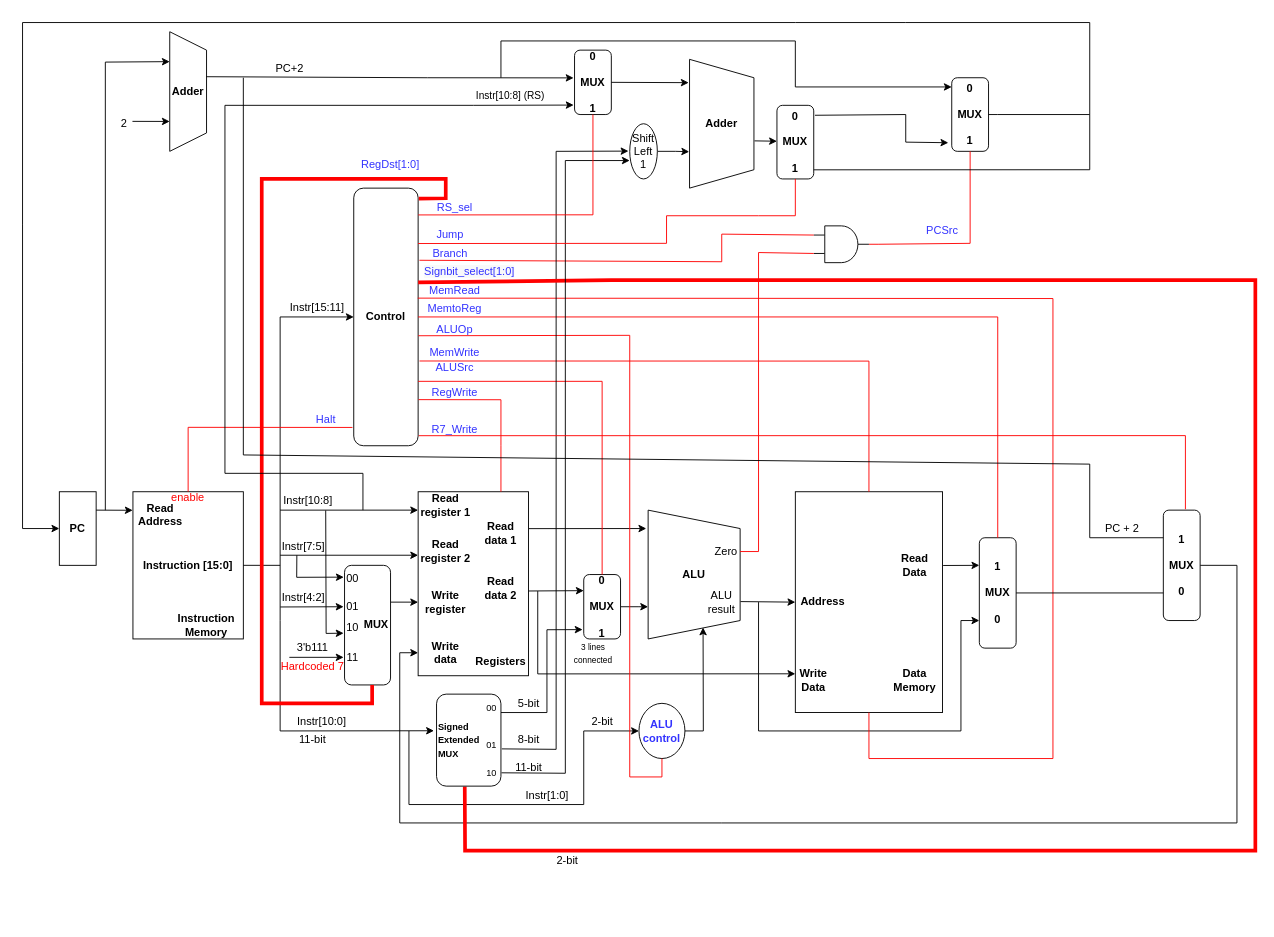
Above: WISC-SP22.drawio in joshmeiyb/ECE552 (draw.io), before the change. Source tidied: cells renumbered, new cells numbered last; positions are measured from the earlier drawing's top-left corner, leaving out a move shared by most shapes. Both pictures are drawn from the tidied source at 92%, with x=0, y=0 at pixel (22, 22).
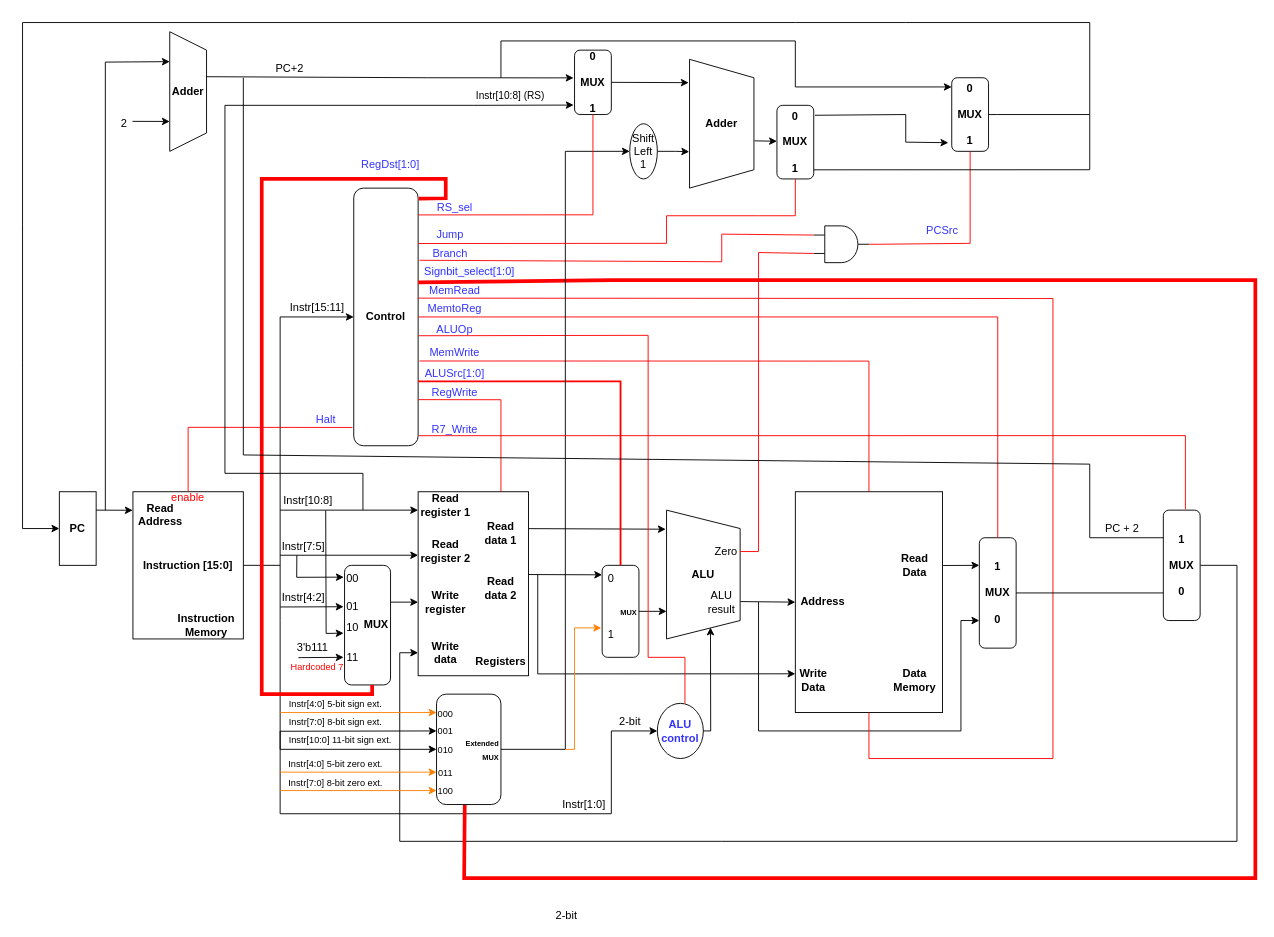
After the change.

Unchanged cells that the change refers to:
```xml
<mxCell id="12" value="Shift&lt;br&gt;Left 1" style="ellipse;whiteSpace=wrap;html=1;" parent="1" vertex="1">
  <mxGeometry x="660" y="110" width="30" height="60" as="geometry" />
</mxCell>
<mxCell id="19" value="&lt;b&gt;Write&lt;br&gt;data&lt;/b&gt;" style="text;html=1;strokeColor=none;fillColor=none;align=center;verticalAlign=middle;whiteSpace=wrap;rounded=0;" parent="1" vertex="1">
  <mxGeometry x="430" y="670" width="60" height="30" as="geometry" />
</mxCell>
<mxCell id="21" value="&lt;b&gt;Read&lt;br&gt;data 2&lt;/b&gt;" style="text;html=1;strokeColor=none;fillColor=none;align=center;verticalAlign=middle;whiteSpace=wrap;rounded=0;" parent="1" vertex="1">
  <mxGeometry x="490" y="600" width="60" height="30" as="geometry" />
</mxCell>
<mxCell id="69" value="&lt;b&gt;Control&lt;/b&gt;" style="rounded=1;whiteSpace=wrap;html=1;" parent="1" vertex="1">
  <mxGeometry x="360" y="180" width="70" height="280" as="geometry" />
</mxCell>
<mxCell id="107" value="11" style="text;html=1;strokeColor=none;fillColor=none;align=center;verticalAlign=middle;whiteSpace=wrap;rounded=0;" parent="1" vertex="1">
  <mxGeometry x="349" y="675" width="20" height="30" as="geometry" />
</mxCell>
<mxCell id="111" value="&lt;b&gt;1&lt;br&gt;&lt;br&gt;MUX&lt;br&gt;&lt;br&gt;0&lt;/b&gt;" style="rounded=1;whiteSpace=wrap;html=1;" parent="1" vertex="1">
  <mxGeometry x="1240" y="530" width="40" height="120" as="geometry" />
</mxCell>
<mxCell id="129" value="3'b111" style="text;html=1;align=center;verticalAlign=middle;points=[];strokeColor=none;fillColor=none;" parent="1" vertex="1">
  <mxGeometry x="290" y="670" width="50" height="20" as="geometry" />
</mxCell>
```

What changed in the source:
```diff
@@
-    <mxCell id="33" style="endArrow=classic;html=1;rounded=0;entryX=-0.04;entryY=0.398;entryDx=0;entryDy=0;entryPerimeter=0;" parent="1" edge="1" target="96">
+    <mxCell id="33" style="endArrow=classic;html=1;rounded=0;entryX=0;entryY=0.5;entryDx=0;entryDy=0;" parent="1" edge="1" target="99">
       <mxGeometry relative="1" as="geometry">
         <mxPoint x="280" y="650" as="sourcePoint" />
         <Array as="points">
-          <mxPoint x="280" y="770" />
+          <mxPoint x="280" y="790" />
         </Array>
       </mxGeometry>
     </mxCell>
@@
-    <mxCell id="35" value="&lt;b&gt;0&lt;br&gt;&lt;br&gt;MUX&lt;br&gt;&lt;br&gt;1&lt;/b&gt;" style="rounded=1;whiteSpace=wrap;html=1;" parent="1" vertex="1">
-      <mxGeometry x="610" y="600" width="40" height="70" as="geometry" />
+    <mxCell id="35" value="&lt;div&gt;&lt;b&gt;&lt;font style=&quot;font-size: 8px&quot;&gt;MUX&lt;/font&gt;&lt;/b&gt;&lt;/div&gt;" style="rounded=1;whiteSpace=wrap;html=1;align=right;" parent="1" vertex="1">
+      <mxGeometry x="630" y="590" width="40" height="100" as="geometry" />
     </mxCell>
     <mxCell id="36" value="&lt;b&gt;ALU&lt;/b&gt;" style="shape=trapezoid;perimeter=trapezoidPerimeter;whiteSpace=wrap;html=1;fixedSize=1;direction=south;" parent="1" vertex="1">
-      <mxGeometry x="680" y="530" width="100" height="140" as="geometry" />
+      <mxGeometry x="700" y="530" width="80" height="140" as="geometry" />
     </mxCell>
-    <mxCell id="37" style="endArrow=classic;html=1;rounded=0;exitX=1.006;exitY=0.303;exitDx=0;exitDy=0;exitPerimeter=0;" parent="1" edge="1">
+    <mxCell id="37" style="endArrow=classic;html=1;rounded=0;exitX=1.006;exitY=0.303;exitDx=0;exitDy=0;exitPerimeter=0;entryX=0.148;entryY=1.011;entryDx=0;entryDy=0;entryPerimeter=0;" parent="1" edge="1" target="36">
       <mxGeometry relative="1" as="geometry">
         <mxPoint x="550.4" y="550.1" as="sourcePoint" />
-        <mxPoint x="678" y="550" as="targetPoint" />
       </mxGeometry>
     </mxCell>
-    <mxCell id="38" style="endArrow=classic;html=1;rounded=0;entryX=0;entryY=0.25;entryDx=0;entryDy=0;exitX=1.005;exitY=0.596;exitDx=0;exitDy=0;exitPerimeter=0;" parent="1" edge="1" source="21" target="35">
+    <mxCell id="38" style="endArrow=classic;html=1;rounded=0;entryX=0;entryY=0.103;entryDx=0;entryDy=0;exitX=1;exitY=0;exitDx=0;exitDy=0;entryPerimeter=0;" parent="1" edge="1" source="21" target="35">
       <mxGeometry relative="1" as="geometry" />
     </mxCell>
@@
     <mxCell id="41" style="endArrow=classic;html=1;rounded=0;entryX=0;entryY=0.833;entryDx=0;entryDy=0;entryPerimeter=0;" parent="1" edge="1">
       <mxGeometry relative="1" as="geometry">
-        <mxPoint x="560" y="618" as="sourcePoint" />
+        <mxPoint x="560" y="600" as="sourcePoint" />
         <mxPoint x="840" y="707.9" as="targetPoint" />
         <Array as="points">
           <mxPoint x="560" y="708" />
         </Array>
       </mxGeometry>
     </mxCell>
@@
     <mxCell id="45" value="&lt;font color=&quot;#3333ff&quot;&gt;&lt;b&gt;ALU&lt;br&gt;control&lt;/b&gt;&lt;/font&gt;" style="ellipse;whiteSpace=wrap;html=1;" parent="1" vertex="1">
-      <mxGeometry x="670" y="740" width="50" height="60" as="geometry" />
+      <mxGeometry x="690" y="740" width="50" height="60" as="geometry" />
     </mxCell>
     <mxCell id="46" style="endArrow=classic;html=1;rounded=0;entryX=0;entryY=0.5;entryDx=0;entryDy=0;" parent="1" edge="1" target="45">
       <mxGeometry relative="1" as="geometry">
-        <mxPoint x="420" y="770" as="sourcePoint" />
+        <mxPoint x="280" y="770" as="sourcePoint" />
         <Array as="points">
-          <mxPoint x="420" y="850" />
-          <mxPoint x="610" y="850" />
-          <mxPoint x="610" y="770" />
+          <mxPoint x="280" y="860" />
+          <mxPoint x="640" y="860" />
+          <mxPoint x="640" y="770" />
         </Array>
       </mxGeometry>
     </mxCell>
     <mxCell id="47" style="endArrow=classic;html=1;rounded=0;exitX=1;exitY=0.5;exitDx=0;exitDy=0;entryX=0.911;entryY=0.403;entryDx=0;entryDy=0;entryPerimeter=0;" parent="1" edge="1" source="45" target="36">
       <mxGeometry relative="1" as="geometry">
         <Array as="points">
-          <mxPoint x="740" y="770" />
+          <mxPoint x="748" y="770" />
         </Array>
       </mxGeometry>
     </mxCell>
@@
     <mxCell id="51" style="endArrow=classic;html=1;rounded=0;fontColor=#3333FF;entryX=0;entryY=0.5;entryDx=0;entryDy=0;exitX=1;exitY=0.5;exitDx=0;exitDy=0;" parent="1" edge="1" source="111" target="19">
       <mxGeometry relative="1" as="geometry">
         <Array as="points">
           <mxPoint x="1320" y="590" />
-          <mxPoint x="1320" y="870" />
-          <mxPoint x="760" y="870" />
-          <mxPoint x="410" y="870" />
+          <mxPoint x="1320" y="890" />
+          <mxPoint x="760" y="890" />
+          <mxPoint x="410" y="890" />
           <mxPoint x="410" y="685" />
         </Array>
       </mxGeometry>
     </mxCell>
@@
-    <mxCell id="60" style="endArrow=classic;html=1;rounded=0;entryX=-0.031;entryY=0.855;entryDx=0;entryDy=0;entryPerimeter=0;" parent="1" edge="1" target="35">
-      <mxGeometry relative="1" as="geometry">
-        <mxPoint x="520" y="750" as="sourcePoint" />
-        <Array as="points">
-          <mxPoint x="570" y="750" />
-          <mxPoint x="570" y="660" />
-        </Array>
-      </mxGeometry>
-    </mxCell>
@@
-    <mxCell id="65" value="Instr[10:0]" style="text;html=1;align=center;verticalAlign=middle;strokeColor=none;fillColor=none;" parent="1" vertex="1">
-      <mxGeometry x="290" y="750" width="70" height="20" as="geometry" />
+    <mxCell id="65" value="&lt;font style=&quot;font-size: 10px&quot;&gt;Instr[10:0] 11-bit sign ext.&lt;/font&gt;" style="text;html=1;align=center;verticalAlign=middle;strokeColor=none;fillColor=none;" parent="1" vertex="1">
+      <mxGeometry x="280" y="770" width="130" height="20" as="geometry" />
     </mxCell>
@@
-    <mxCell id="75" style="endArrow=none;html=1;rounded=0;strokeColor=#FF0000;exitX=1.002;exitY=0.573;exitDx=0;exitDy=0;entryX=0.5;entryY=1;entryDx=0;entryDy=0;exitPerimeter=0;" parent="1" edge="1" source="69" target="45">
+    <mxCell id="75" style="endArrow=none;html=1;rounded=0;strokeColor=#FF0000;exitX=1.002;exitY=0.573;exitDx=0;exitDy=0;exitPerimeter=0;" parent="1" edge="1" source="69">
       <mxGeometry relative="1" as="geometry">
+        <mxPoint x="720" y="740" as="targetPoint" />
         <Array as="points">
-          <mxPoint x="660" y="340" />
-          <mxPoint x="660" y="820" />
-          <mxPoint x="695" y="820" />
+          <mxPoint x="680" y="340" />
+          <mxPoint x="680" y="690" />
+          <mxPoint x="720" y="690" />
+          <mxPoint x="720" y="730" />
         </Array>
       </mxGeometry>
     </mxCell>
@@
-    <mxCell id="78" value="&lt;font color=&quot;#3333ff&quot;&gt;ALUSrc&lt;/font&gt;" style="text;html=1;strokeColor=none;fillColor=none;align=center;verticalAlign=middle;whiteSpace=wrap;rounded=0;" parent="1" vertex="1">
-      <mxGeometry x="440" y="360" width="60" height="30" as="geometry" />
+    <mxCell id="78" value="&lt;font color=&quot;#3333ff&quot;&gt;ALUSrc[1:0]&lt;/font&gt;" style="text;html=1;strokeColor=none;fillColor=none;align=center;verticalAlign=middle;whiteSpace=wrap;rounded=0;" parent="1" vertex="1">
+      <mxGeometry x="440" y="367" width="60" height="30" as="geometry" />
     </mxCell>
-    <mxCell id="79" style="endArrow=none;html=1;rounded=0;strokeColor=#FF0000;exitX=1;exitY=0.75;exitDx=0;exitDy=0;entryX=0.5;entryY=0;entryDx=0;entryDy=0;" parent="1" edge="1" source="69" target="35">
+    <mxCell id="79" style="endArrow=none;html=1;rounded=0;strokeColor=#FF0000;exitX=1;exitY=0.75;exitDx=0;exitDy=0;entryX=0.5;entryY=0;entryDx=0;entryDy=0;strokeWidth=2;" parent="1" edge="1" source="69" target="35">
       <mxGeometry relative="1" as="geometry">
         <Array as="points">
-          <mxPoint x="630" y="390" />
+          <mxPoint x="650" y="390" />
         </Array>
       </mxGeometry>
     </mxCell>
@@
     <mxCell id="82" style="endArrow=none;html=1;rounded=0;strokeColor=#FF0000;entryX=1.01;entryY=0.041;entryDx=0;entryDy=0;entryPerimeter=0;strokeWidth=4;" parent="1" edge="1" target="69">
       <mxGeometry relative="1" as="geometry">
         <mxPoint x="380" y="720" as="sourcePoint" />
         <Array as="points">
-          <mxPoint x="380" y="740" />
-          <mxPoint x="260" y="740" />
+          <mxPoint x="380" y="730" />
+          <mxPoint x="260" y="730" />
           <mxPoint x="260" y="170" />
           <mxPoint x="350" y="170" />
           <mxPoint x="460" y="170" />
           <mxPoint x="460" y="191" />
         </Array>
       </mxGeometry>
     </mxCell>
@@
     <mxCell id="85" value="Instr[1:0]" style="text;html=1;align=center;verticalAlign=middle;strokeColor=none;fillColor=none;" parent="1" vertex="1">
-      <mxGeometry x="540" y="830" width="60" height="20" as="geometry" />
+      <mxGeometry x="580" y="840" width="60" height="20" as="geometry" />
     </mxCell>
-    <mxCell id="86" style="endArrow=classic;html=1;rounded=0;exitX=1.014;exitY=0.595;exitDx=0;exitDy=0;entryX=-0.046;entryY=0.496;entryDx=0;entryDy=0;entryPerimeter=0;exitPerimeter=0;" parent="1" edge="1" source="96" target="12">
-      <mxGeometry relative="1" as="geometry">
-        <Array as="points">
-          <mxPoint x="580" y="790" />
-          <mxPoint x="580" y="140" />
-        </Array>
-      </mxGeometry>
-    </mxCell>
-    <mxCell id="87" value="5-bit" style="text;html=1;align=center;verticalAlign=middle;strokeColor=none;fillColor=none;" parent="1" vertex="1">
-      <mxGeometry x="530" y="730" width="40" height="20" as="geometry" />
-    </mxCell>
-    <mxCell id="88" value="8-bit" style="text;html=1;align=center;verticalAlign=middle;strokeColor=none;fillColor=none;" parent="1" vertex="1">
-      <mxGeometry x="530" y="770" width="40" height="20" as="geometry" />
-    </mxCell>
     <mxCell id="89" style="endArrow=none;html=1;rounded=0;strokeColor=#FF0000;exitX=1.001;exitY=0.366;exitDx=0;exitDy=0;entryX=0.438;entryY=1.005;entryDx=0;entryDy=0;strokeWidth=4;entryPerimeter=0;exitPerimeter=0;" parent="1" edge="1" source="69" target="96">
       <mxGeometry relative="1" as="geometry">
         <Array as="points">
           <mxPoint x="640" y="280" />
           <mxPoint x="1160" y="280" />
           <mxPoint x="1340" y="280" />
-          <mxPoint x="1340" y="900" />
-          <mxPoint x="731" y="900" />
-          <mxPoint x="481" y="900" />
+          <mxPoint x="1340" y="930" />
+          <mxPoint x="730" y="930" />
+          <mxPoint x="480" y="930" />
         </Array>
       </mxGeometry>
     </mxCell>
     <mxCell id="90" value="&lt;font style=&quot;font-size: 12px&quot;&gt;2-bit&lt;/font&gt;" style="edgeLabel;html=1;align=center;verticalAlign=middle;fontSize=10;" parent="89" vertex="1">
       <mxGeometry x="0.84" y="4" relative="1" as="geometry">
-        <mxPoint x="-16" y="6" as="offset" />
+        <mxPoint x="-10" y="36" as="offset" />
       </mxGeometry>
     </mxCell>
@@
-    <mxCell id="92" style="endArrow=classic;html=1;rounded=0;strokeColor=#000000;exitX=1.009;exitY=0.855;exitDx=0;exitDy=0;entryX=0;entryY=0.667;entryDx=0;entryDy=0;entryPerimeter=0;exitPerimeter=0;" parent="1" edge="1" source="96" target="12">
+    <mxCell id="92" style="endArrow=classic;html=1;rounded=0;strokeColor=#000000;exitX=1;exitY=0.5;exitDx=0;exitDy=0;entryX=0;entryY=0.5;entryDx=0;entryDy=0;" parent="1" edge="1" source="99" target="12">
       <mxGeometry relative="1" as="geometry">
         <Array as="points">
-          <mxPoint x="590" y="816" />
-          <mxPoint x="590" y="150" />
+          <mxPoint x="590" y="790" />
+          <mxPoint x="590" y="140" />
         </Array>
       </mxGeometry>
     </mxCell>
-    <mxCell id="93" value="11-bit" style="text;html=1;align=center;verticalAlign=middle;strokeColor=none;fillColor=none;" parent="1" vertex="1">
-      <mxGeometry x="530" y="800" width="40" height="20" as="geometry" />
-    </mxCell>
-    <mxCell id="94" value="11-bit" style="text;html=1;align=center;verticalAlign=middle;strokeColor=none;fillColor=none;" parent="1" vertex="1">
-      <mxGeometry x="295" y="770" width="40" height="20" as="geometry" />
-    </mxCell>
     <mxCell id="95" value="2-bit" style="text;html=1;align=center;verticalAlign=middle;strokeColor=none;fillColor=none;" parent="1" vertex="1">
-      <mxGeometry x="610" y="750" width="40" height="20" as="geometry" />
+      <mxGeometry x="640" y="750" width="40" height="20" as="geometry" />
     </mxCell>
-    <mxCell id="96" value="&lt;font style=&quot;font-size: 10px&quot;&gt;&lt;b&gt;Signed&lt;br&gt;Extended&lt;br&gt;MUX&lt;/b&gt;&lt;/font&gt;" style="rounded=1;whiteSpace=wrap;html=1;align=left;" parent="1" vertex="1">
-      <mxGeometry x="450" y="730" width="70" height="100" as="geometry" />
+    <mxCell id="96" value="&lt;font style=&quot;font-size: 8px&quot;&gt;&lt;b&gt;Extended&lt;br&gt;MUX&lt;/b&gt;&lt;/font&gt;" style="rounded=1;whiteSpace=wrap;html=1;align=right;" parent="1" vertex="1">
+      <mxGeometry x="450" y="730" width="70" height="120" as="geometry" />
     </mxCell>
-    <mxCell id="97" value="00" style="text;html=1;strokeColor=none;fillColor=none;align=center;verticalAlign=middle;whiteSpace=wrap;rounded=0;fontSize=10;" parent="1" vertex="1">
-      <mxGeometry x="480" y="730" width="60" height="30" as="geometry" />
+    <mxCell id="97" value="000" style="text;html=1;strokeColor=none;fillColor=none;align=center;verticalAlign=middle;whiteSpace=wrap;rounded=0;fontSize=10;" parent="1" vertex="1">
+      <mxGeometry x="450" y="736" width="20" height="30" as="geometry" />
     </mxCell>
-    <mxCell id="98" value="01" style="text;html=1;strokeColor=none;fillColor=none;align=center;verticalAlign=middle;whiteSpace=wrap;rounded=0;fontSize=10;" parent="1" vertex="1">
-      <mxGeometry x="480" y="770" width="60" height="30" as="geometry" />
-    </mxCell>
-    <mxCell id="99" value="10" style="text;html=1;strokeColor=none;fillColor=none;align=center;verticalAlign=middle;whiteSpace=wrap;rounded=0;fontSize=10;" parent="1" vertex="1">
-      <mxGeometry x="480" y="800" width="60" height="30" as="geometry" />
+    <mxCell id="99" value="010" style="text;html=1;strokeColor=none;fillColor=none;align=center;verticalAlign=middle;whiteSpace=wrap;rounded=0;fontSize=10;" parent="1" vertex="1">
+      <mxGeometry x="450" y="775" width="20" height="30" as="geometry" />
     </mxCell>
-    <mxCell id="100" value="&lt;font style=&quot;font-size: 9px&quot;&gt;3 lines&lt;br&gt;connected&lt;/font&gt;" style="text;html=1;align=center;verticalAlign=middle;strokeColor=none;fillColor=none;fontSize=12;" parent="1" vertex="1">
-      <mxGeometry x="590" y="665" width="60" height="40" as="geometry" />
-    </mxCell>
@@
-    <mxCell id="109" style="endArrow=classic;html=1;rounded=0;strokeColor=#000000;strokeWidth=1;entryX=0;entryY=0.5;entryDx=0;entryDy=0;" parent="1" edge="1" target="107">
-      <mxGeometry relative="1" as="geometry">
-        <mxPoint x="290" y="690" as="sourcePoint" />
-      </mxGeometry>
+    <mxCell id="109" style="endArrow=classic;html=1;rounded=0;strokeColor=#000000;strokeWidth=1;entryX=0;entryY=0.5;entryDx=0;entryDy=0;exitX=0.197;exitY=1.016;exitDx=0;exitDy=0;exitPerimeter=0;" parent="1" edge="1" source="129" target="107">
+      <mxGeometry relative="1" as="geometry" />
     </mxCell>
-    <mxCell id="110" value="&lt;font color=&quot;#ff0000&quot;&gt;Hardcoded 7&lt;/font&gt;" style="text;html=1;align=center;verticalAlign=middle;strokeColor=none;fillColor=none;" parent="1" vertex="1">
-      <mxGeometry x="275" y="690" width="80" height="20" as="geometry" />
+    <mxCell id="110" value="&lt;font color=&quot;#ff0000&quot; style=&quot;font-size: 10px&quot;&gt;Hardcoded 7&lt;/font&gt;" style="text;html=1;align=center;verticalAlign=middle;strokeColor=none;fillColor=none;" parent="1" vertex="1">
+      <mxGeometry x="285" y="690" width="70" height="20" as="geometry" />
     </mxCell>
@@
+    <mxCell id="131" value="001" style="text;html=1;strokeColor=none;fillColor=none;align=center;verticalAlign=middle;whiteSpace=wrap;rounded=0;fontSize=10;" parent="1" vertex="1">
+      <mxGeometry x="450" y="755" width="20" height="30" as="geometry" />
+    </mxCell>
+    <mxCell id="132" value="011" style="text;html=1;strokeColor=none;fillColor=none;align=center;verticalAlign=middle;whiteSpace=wrap;rounded=0;fontSize=10;" parent="1" vertex="1">
+      <mxGeometry x="450" y="800" width="20" height="30" as="geometry" />
+    </mxCell>
+    <mxCell id="133" value="100" style="text;html=1;strokeColor=none;fillColor=none;align=center;verticalAlign=middle;whiteSpace=wrap;rounded=0;fontSize=10;" parent="1" vertex="1">
+      <mxGeometry x="450" y="820" width="20" height="30" as="geometry" />
+    </mxCell>
+    <mxCell id="134" style="endArrow=classic;html=1;rounded=0;fontSize=8;fontColor=#FF0000;strokeColor=#FF8000;entryX=-0.023;entryY=0.68;entryDx=0;entryDy=0;entryPerimeter=0;" parent="1" edge="1" target="35">
+      <mxGeometry relative="1" as="geometry">
+        <mxPoint x="590" y="790" as="sourcePoint" />
+        <Array as="points">
+          <mxPoint x="600" y="790" />
+          <mxPoint x="600" y="658" />
+        </Array>
+      </mxGeometry>
+    </mxCell>
+    <mxCell id="135" value="0" style="text;html=1;strokeColor=none;fillColor=none;align=center;verticalAlign=middle;whiteSpace=wrap;rounded=0;" parent="1" vertex="1">
+      <mxGeometry x="630" y="590" width="20" height="30" as="geometry" />
+    </mxCell>
+    <mxCell id="136" value="1" style="text;html=1;strokeColor=none;fillColor=none;align=center;verticalAlign=middle;whiteSpace=wrap;rounded=0;" parent="1" vertex="1">
+      <mxGeometry x="630" y="650" width="20" height="30" as="geometry" />
+    </mxCell>
+    <mxCell id="137" style="endArrow=classic;html=1;rounded=0;fontSize=8;fontColor=#000000;strokeColor=#FF8000;strokeWidth=1;entryX=0;entryY=0.5;entryDx=0;entryDy=0;" parent="1" edge="1">
+      <mxGeometry relative="1" as="geometry">
+        <mxPoint x="280" y="750" as="sourcePoint" />
+        <mxPoint x="450" y="750" as="targetPoint" />
+      </mxGeometry>
+    </mxCell>
+    <mxCell id="138" style="endArrow=classic;html=1;rounded=0;fontSize=8;fontColor=#000000;strokeColor=#000000;strokeWidth=1;entryX=0;entryY=0.5;entryDx=0;entryDy=0;exitX=0;exitY=1.017;exitDx=0;exitDy=0;exitPerimeter=0;" parent="1" edge="1" source="139" target="131">
+      <mxGeometry relative="1" as="geometry" />
+    </mxCell>
+    <mxCell id="139" value="&lt;font style=&quot;font-size: 10px&quot;&gt;Instr[7:0] 8-bit sign ext.&lt;/font&gt;" style="text;html=1;align=center;verticalAlign=middle;points=[];strokeColor=none;fillColor=none;" parent="1" vertex="1">
+      <mxGeometry x="280" y="750" width="120" height="20" as="geometry" />
+    </mxCell>
+    <mxCell id="140" value="&lt;font style=&quot;font-size: 10px&quot;&gt;Instr[4:0] 5-bit sign ext.&lt;/font&gt;" style="text;html=1;align=center;verticalAlign=middle;strokeColor=none;fillColor=none;" parent="1" vertex="1">
+      <mxGeometry x="280" y="730" width="120" height="20" as="geometry" />
+    </mxCell>
+    <mxCell id="141" style="endArrow=classic;html=1;rounded=0;fontSize=8;fontColor=#000000;strokeColor=#FF8000;strokeWidth=1;entryX=0;entryY=0.5;entryDx=0;entryDy=0;" parent="1" edge="1">
+      <mxGeometry relative="1" as="geometry">
+        <mxPoint x="280" y="814.8" as="sourcePoint" />
+        <mxPoint x="450" y="814.8" as="targetPoint" />
+      </mxGeometry>
+    </mxCell>
+    <mxCell id="142" style="endArrow=classic;html=1;rounded=0;fontSize=8;fontColor=#000000;strokeColor=#FF8000;strokeWidth=1;entryX=0;entryY=0.5;entryDx=0;entryDy=0;" parent="1" edge="1">
+      <mxGeometry relative="1" as="geometry">
+        <mxPoint x="280" y="834.8" as="sourcePoint" />
+        <mxPoint x="450" y="834.8" as="targetPoint" />
+      </mxGeometry>
+    </mxCell>
+    <mxCell id="143" value="&lt;font style=&quot;font-size: 10px&quot;&gt;Instr[4:0] 5-bit zero ext.&lt;/font&gt;" style="text;html=1;align=center;verticalAlign=middle;strokeColor=none;fillColor=none;" parent="1" vertex="1">
+      <mxGeometry x="280" y="796" width="120" height="20" as="geometry" />
+    </mxCell>
+    <mxCell id="144" value="&lt;font style=&quot;font-size: 10px&quot;&gt;Instr[7:0] 8-bit zero ext.&lt;/font&gt;" style="text;html=1;align=center;verticalAlign=middle;strokeColor=none;fillColor=none;" parent="1" vertex="1">
+      <mxGeometry x="280" y="816" width="120" height="20" as="geometry" />
+    </mxCell>
```
